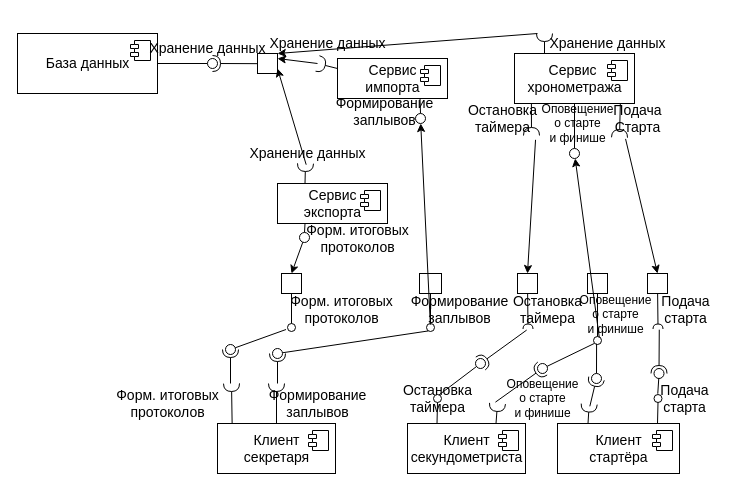
Before: Untitled Diagram.drawio in 1MrEnot/Swimmer, a draw.io diagram. Source tidied: cells renumbered, new cells numbered last; positions are measured from the earlier drawing's top-left corner, leaving out a move shared by most shapes. Both pictures are drawn from the tidied source at 100%, with x=0, y=0 at pixel (17, 33).
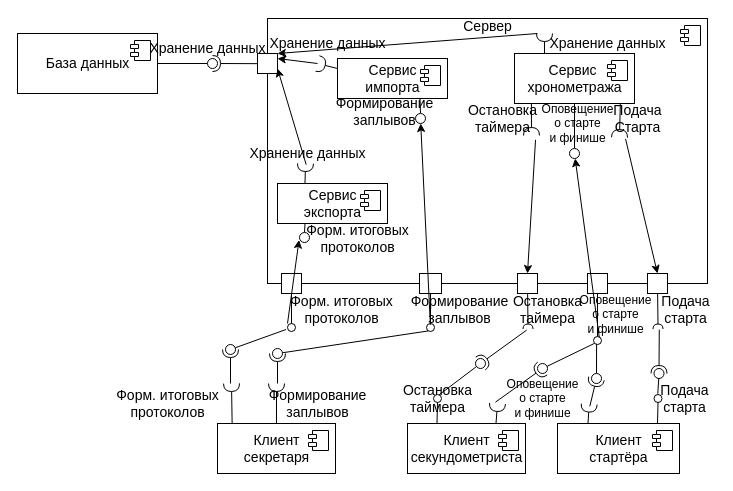
The same diagram, later.

The change refers to these unchanged cells:
```xml
<mxCell id="17" style="ellipse;whiteSpace=wrap;html=1;align=center;points=[];outlineConnect=0;sketch=0;fontSize=14;" parent="1" vertex="1">
  <mxGeometry x="282" y="199" width="10" height="10" as="geometry" />
</mxCell>
<mxCell id="25" value="&lt;font style=&quot;font-size: 14px;&quot;&gt;Форм. итоговых&lt;br style=&quot;font-size: 14px;&quot;&gt;протоколов&lt;/font&gt;" style="text;html=1;align=center;verticalAlign=middle;points=[];strokeColor=none;fillColor=none;fontSize=14;" parent="1" vertex="1">
  <mxGeometry x="280" y="185" width="120" height="40" as="geometry" />
</mxCell>
<mxCell id="26" style="html=1;rounded=0;fontSize=14;" parent="1" vertex="1">
  <mxGeometry x="264" y="240" width="20" height="20" as="geometry" />
</mxCell>
<mxCell id="30" value="&lt;font style=&quot;font-size: 14px;&quot;&gt;Форм. итоговых&lt;br style=&quot;font-size: 14px;&quot;&gt;протоколов&lt;/font&gt;" style="text;html=1;align=center;verticalAlign=middle;points=[];strokeColor=none;fillColor=none;fontSize=14;" parent="1" vertex="1">
  <mxGeometry x="264" y="256" width="120" height="40" as="geometry" />
</mxCell>
```

Diff of the diagram source:
```diff
@@
+    <mxCell id="99" value="Сервер" style="html=1;fontSize=14;labelPosition=center;verticalLabelPosition=top;align=center;verticalAlign=bottom;spacing=-17;" parent="1" vertex="1">
+      <mxGeometry x="250" y="-15" width="440" height="265" as="geometry" />
+    </mxCell>
+    <mxCell id="100" style="shape=module;jettyWidth=8;jettyHeight=4;fontSize=14;" parent="99" vertex="1">
+      <mxGeometry x="1" width="20" height="20" relative="1" as="geometry">
+        <mxPoint x="-27" y="7" as="offset" />
+      </mxGeometry>
+    </mxCell>
@@
-    <mxCell id="29" style="endArrow=classic;html=1;rounded=0;entryX=0.5;entryY=0;entryDx=0;entryDy=0;fontSize=14;" parent="1" edge="1" source="17" target="26">
+    <mxCell id="29" style="endArrow=classic;html=1;rounded=0;entryX=0.013;entryY=0.536;entryDx=0;entryDy=0;fontSize=14;entryPerimeter=0;exitX=0.05;exitY=0.85;exitDx=0;exitDy=0;exitPerimeter=0;" parent="1" edge="1" source="30" target="25">
       <mxGeometry relative="1" as="geometry" />
     </mxCell>
```
